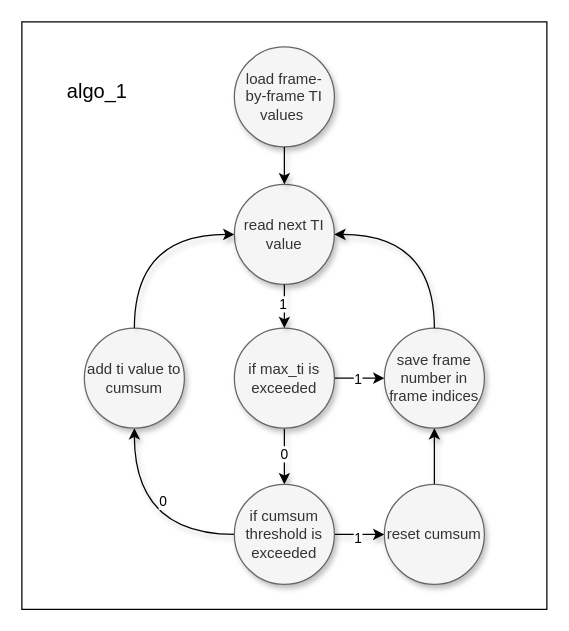
This is page "algo1" (1 of 5) of state_machine.drawio from McQueen24/34241_final-project, a draw.io file, before an edit. Source tidied: cells renumbered, new cells numbered last; positions are measured from the earlier drawing's top-left corner, leaving out a move shared by most shapes. Both pictures are drawn from the tidied source at 125%, with x=0, y=0 at pixel (21, 21).
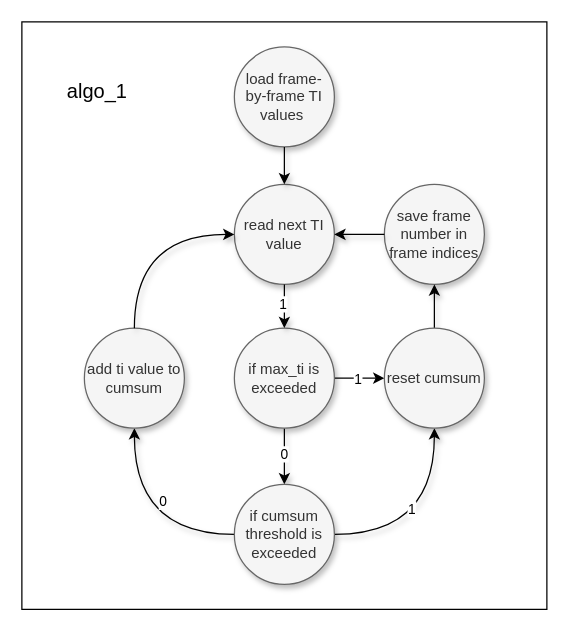
After the change.

The change refers to these unchanged cells:
```xml
<mxCell id="8" value="if max_ti is exceeded" style="ellipse;whiteSpace=wrap;html=1;fillColor=#f5f5f5;fontColor=#333333;strokeColor=#666666;shadow=1;" parent="1" vertex="1">
  <mxGeometry x="170" y="245" width="80" height="80" as="geometry" />
</mxCell>
<mxCell id="14" value="if cumsum threshold is exceeded" style="ellipse;whiteSpace=wrap;html=1;fillColor=#f5f5f5;fontColor=#333333;strokeColor=#666666;shadow=1;" parent="1" vertex="1">
  <mxGeometry x="170" y="370" width="80" height="80" as="geometry" />
</mxCell>
<mxCell id="15" value="read next TI value" style="ellipse;whiteSpace=wrap;html=1;fillColor=#f5f5f5;fontColor=#333333;strokeColor=#666666;shadow=1;" parent="1" vertex="1">
  <mxGeometry x="170" y="130" width="80" height="80" as="geometry" />
</mxCell>
```

Diff of the diagram source:
```diff
@@
-    <mxCell id="4" style="edgeStyle=orthogonalEdgeStyle;rounded=0;jettySize=auto;html=1;curved=1;" parent="1" edge="1" source="8" target="9">
+    <mxCell id="4" style="rounded=0;jettySize=auto;html=1;entryX=0;entryY=0.5;entryDx=0;entryDy=0;exitX=1;exitY=0.5;exitDx=0;exitDy=0;" parent="1" edge="1" source="8" target="23">
       <mxGeometry relative="1" as="geometry" />
     </mxCell>
@@
     <mxCell id="9" value="save frame number in frame indices" style="ellipse;whiteSpace=wrap;html=1;fillColor=#f5f5f5;fontColor=#333333;strokeColor=#666666;shadow=1;" parent="1" vertex="1">
-      <mxGeometry x="290" y="245" width="80" height="80" as="geometry" />
+      <mxGeometry x="290" y="130" width="80" height="80" as="geometry" />
     </mxCell>
@@
-    <mxCell id="12" style="edgeStyle=orthogonalEdgeStyle;rounded=0;jettySize=auto;html=1;shadow=1;" parent="1" edge="1" source="14" target="23">
+    <mxCell id="12" style="edgeStyle=orthogonalEdgeStyle;rounded=0;jettySize=auto;html=1;shadow=1;curved=1;" parent="1" edge="1" source="14" target="23">
       <mxGeometry relative="1" as="geometry" />
     </mxCell>
     <mxCell id="13" value="1" style="edgeLabel;html=1;align=center;verticalAlign=middle;" parent="12" vertex="1">
-      <mxGeometry x="-0.08" y="-2" relative="1" as="geometry" />
+      <mxGeometry x="0.23" y="19" relative="1" as="geometry" />
     </mxCell>
@@
-    <mxCell id="18" style="endArrow=classic;html=1;rounded=0;entryX=1;entryY=0.5;entryDx=0;entryDy=0;exitX=0.5;exitY=0;exitDx=0;exitDy=0;curved=1;shadow=1;" parent="1" edge="1" source="9" target="15">
-      <mxGeometry relative="1" as="geometry">
-        <Array as="points">
-          <mxPoint x="330" y="170" />
-        </Array>
-      </mxGeometry>
+    <mxCell id="18" style="endArrow=classic;html=1;rounded=0;entryX=1;entryY=0.5;entryDx=0;entryDy=0;exitX=0;exitY=0.5;exitDx=0;exitDy=0;curved=1;shadow=1;" parent="1" edge="1" source="9" target="15">
+      <mxGeometry relative="1" as="geometry" />
     </mxCell>
@@
     <mxCell id="23" value="reset cumsum" style="ellipse;whiteSpace=wrap;html=1;fillColor=#f5f5f5;fontColor=#333333;strokeColor=#666666;shadow=1;" parent="1" vertex="1">
-      <mxGeometry x="290" y="370" width="80" height="80" as="geometry" />
+      <mxGeometry x="290" y="245" width="80" height="80" as="geometry" />
     </mxCell>
```
